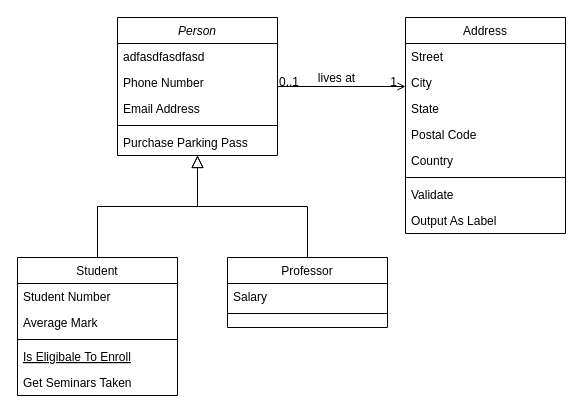
This is Untitled Diagram.drawio from carlogonzalo/drawio, a draw.io file, before an edit. Source tidied: cells renumbered, new cells numbered last; positions are measured from the earlier drawing's top-left corner, leaving out a move shared by most shapes. Both pictures are drawn from the tidied source at 100%, with x=0, y=0 at pixel (17, 17).
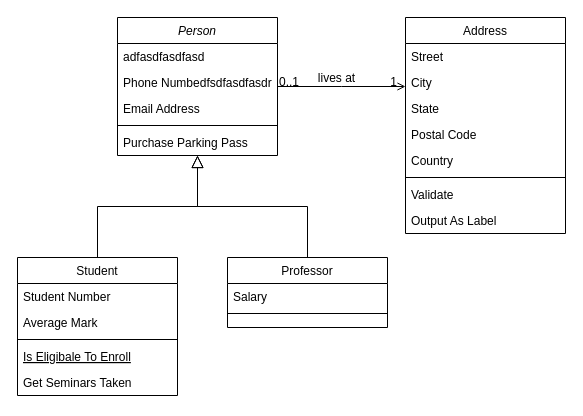
The same diagram, later.

The change refers to these unchanged cells:
```xml
<mxCell id="2" value="Person" style="swimlane;fontStyle=2;align=center;verticalAlign=top;horizontal=1;startSize=26;rounded=0;shadow=0;strokeWidth=1;" parent="1" vertex="1">
  <mxGeometry x="100" width="160" height="138" as="geometry" />
</mxCell>
```

Diff of the diagram source:
```diff
@@
-    <mxCell id="4" value="Phone Number" style="text;align=left;verticalAlign=top;spacingLeft=4;spacingRight=4;overflow=hidden;rounded=0;shadow=0;html=0;" parent="2" vertex="1">
+    <mxCell id="4" value="Phone Numbedfsdfasdfasdr" style="text;align=left;verticalAlign=top;spacingLeft=4;spacingRight=4;overflow=hidden;rounded=0;shadow=0;html=0;" parent="2" vertex="1">
       <mxGeometry y="52" width="160" height="26" as="geometry" />
     </mxCell>
```
